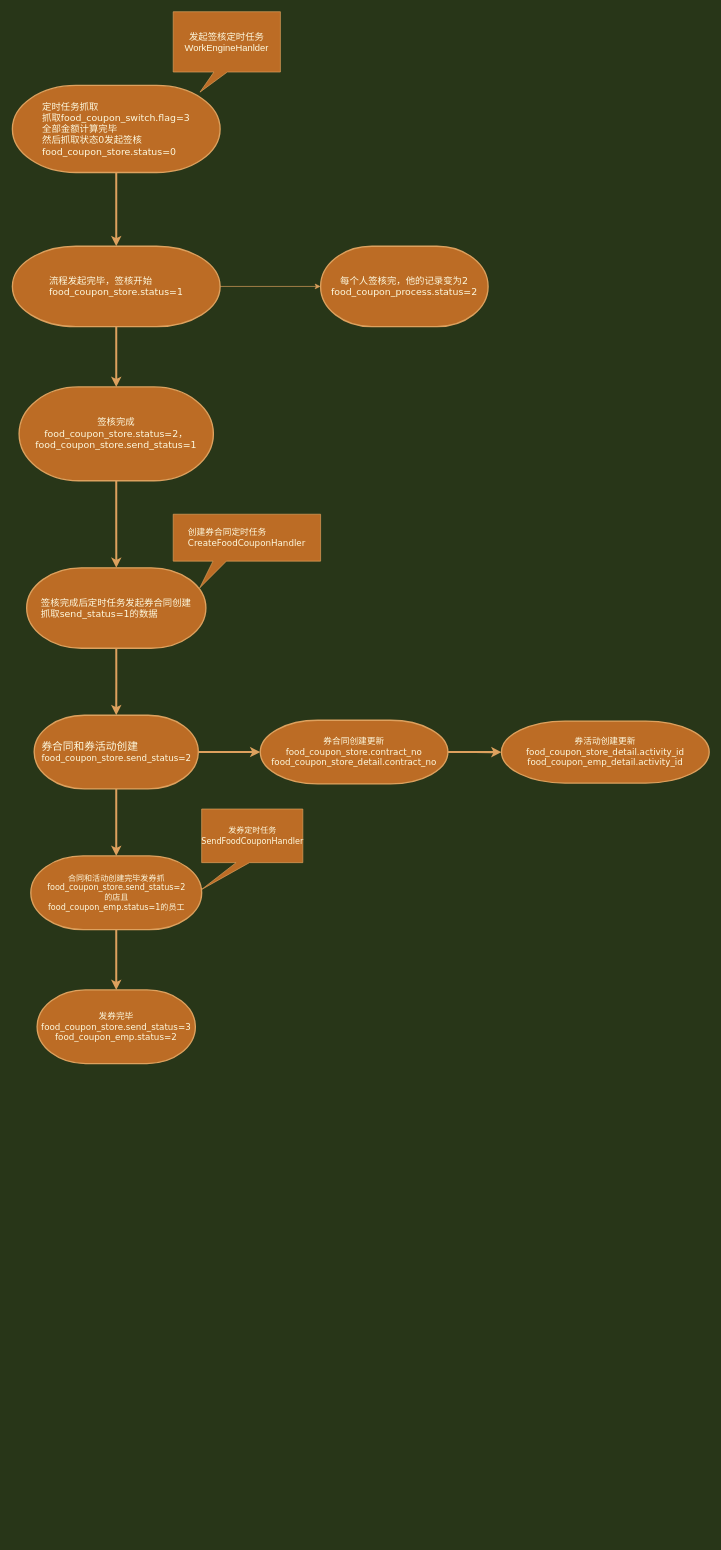
hyhynx/draw.io keeps this draw.io diagram as 熟食券流程图.drawio. Above is the earlier version. Source tidied: cells renumbered, new cells numbered last; positions are measured from the earlier drawing's top-left corner, leaving out a move shared by most shapes. Both pictures are drawn from the tidied source at 67%, with x=0, y=0 at pixel (12, 11).
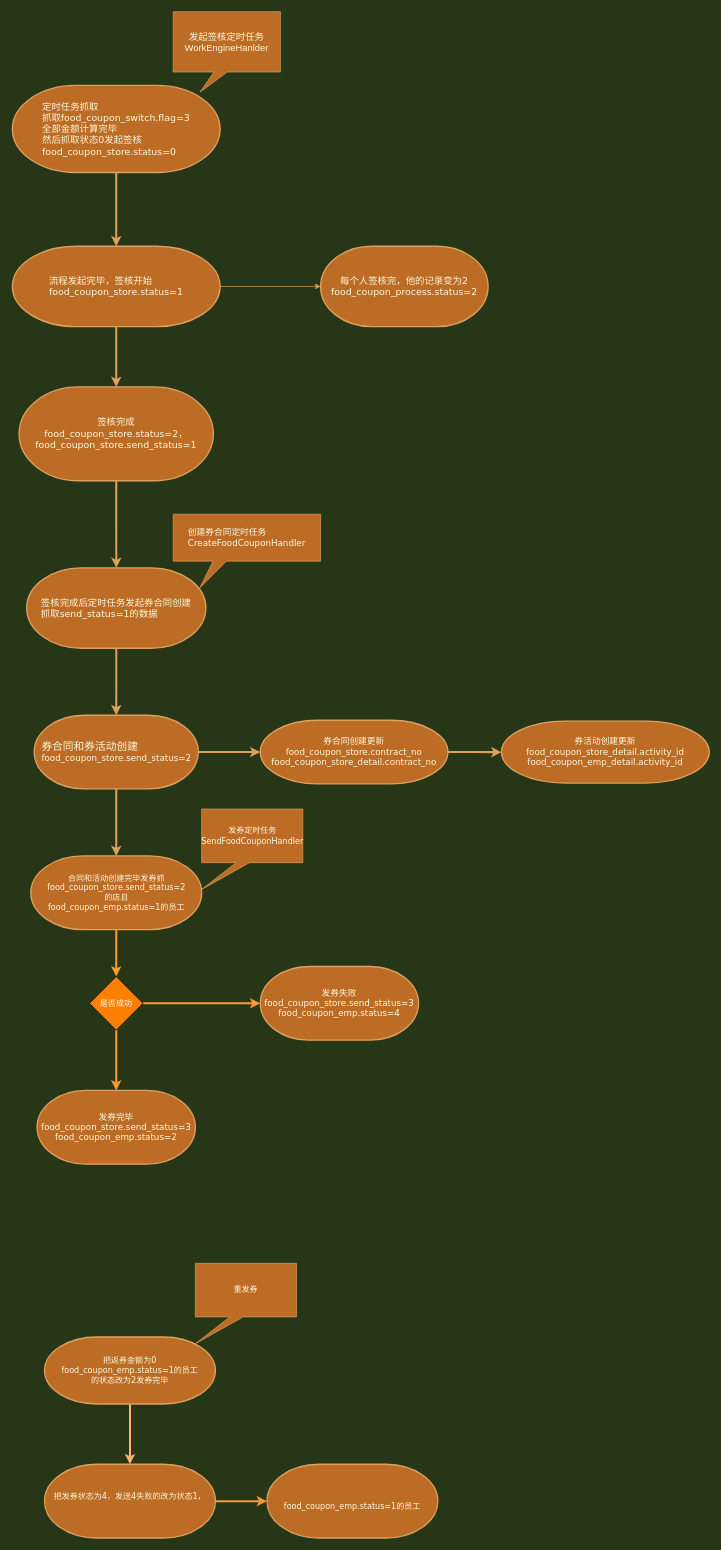
The same diagram, later.

Commit message:
更新熟食券流程图.drawio

Unchanged cells that the change refers to:
```xml
<mxCell id="18" value="&lt;div style=&quot;font-size: 12px;&quot; class=&quot;mind-clipboard&quot;&gt;合同和活动创建完毕发券抓food_coupon_store.send_status=2&lt;/div&gt;&lt;div style=&quot;font-size: 12px;&quot; class=&quot;mind-clipboard&quot;&gt;的店且&lt;/div&gt;&lt;div style=&quot;font-size: 12px;&quot; class=&quot;mind-clipboard&quot;&gt;&lt;span style=&quot;font-size: inherit;&quot;&gt;food_coupon_emp.status=1的员工&lt;/span&gt;&lt;/div&gt;" style="strokeWidth=2;html=1;shape=mxgraph.flowchart.terminator;whiteSpace=wrap;fontFamily=Verdana;fontSize=13;align=center;fillColor=#BC6C25;strokeColor=#DDA15E;fontColor=#FEFAE0;" parent="1" vertex="1">
  <mxGeometry x="27.5" y="1260" width="255" height="110" as="geometry" />
</mxCell>
```

Diff of the diagram source:
```diff
@@
-    <mxCell id="17" style="edgeStyle=orthogonalEdgeStyle;rounded=0;jettySize=auto;html=1;exitX=0.5;exitY=1;exitDx=0;exitDy=0;exitPerimeter=0;fontFamily=Verdana;fontSize=13;strokeColor=#DDA15E;fontColor=#FEFAE0;strokeWidth=3;labelBackgroundColor=#283618;" parent="1" edge="1" source="18" target="19">
-      <mxGeometry relative="1" as="geometry" />
-    </mxCell>
+    <mxCell id="24" style="edgeStyle=orthogonalEdgeStyle;rounded=0;jettySize=auto;html=1;exitX=0.5;exitY=1;exitDx=0;exitDy=0;exitPerimeter=0;fontColor=#FFFFFF;strokeColor=#FF9933;strokeWidth=3;" parent="1" edge="1" source="18" target="34">
+      <mxGeometry relative="1" as="geometry" />
+    </mxCell>
@@
     <mxCell id="19" value="&lt;div style=&quot;&quot; class=&quot;mind-clipboard&quot;&gt;&lt;div style=&quot;&quot;&gt;&lt;span style=&quot;background-color: initial;&quot;&gt;发券完毕&lt;/span&gt;&lt;/div&gt;&lt;div style=&quot;&quot;&gt;food_coupon_store.send_status=3&lt;/div&gt;&lt;div style=&quot;&quot;&gt;food_coupon_emp.status=2&lt;/div&gt;&lt;div style=&quot;font-size: medium; text-align: start;&quot;&gt;&lt;/div&gt;&lt;/div&gt;" style="strokeWidth=2;html=1;shape=mxgraph.flowchart.terminator;whiteSpace=wrap;fontFamily=Verdana;fontSize=13;fillColor=#BC6C25;strokeColor=#DDA15E;fontColor=#FEFAE0;" parent="1" vertex="1">
-      <mxGeometry x="36.9" y="1460" width="236.2" height="110" as="geometry" />
+      <mxGeometry x="36.9" y="1610" width="236.2" height="110" as="geometry" />
     </mxCell>
@@
+    <mxCell id="25" style="edgeStyle=orthogonalEdgeStyle;rounded=0;jettySize=auto;html=1;strokeColor=#FFB366;strokeWidth=3;" parent="1" edge="1" source="26" target="29">
+      <mxGeometry relative="1" as="geometry" />
+    </mxCell>
+    <mxCell id="26" value="&lt;div style=&quot;font-size: 12px;&quot; class=&quot;mind-clipboard&quot;&gt;把返券金额为0&lt;/div&gt;&lt;div style=&quot;font-size: 12px;&quot; class=&quot;mind-clipboard&quot;&gt;&lt;span style=&quot;font-size: inherit;&quot;&gt;food_coupon_emp.status=1的员工&lt;br&gt;的状态改为2发券完毕&lt;/span&gt;&lt;/div&gt;" style="strokeWidth=2;html=1;shape=mxgraph.flowchart.terminator;whiteSpace=wrap;fontFamily=Verdana;fontSize=13;align=center;fillColor=#BC6C25;strokeColor=#DDA15E;fontColor=#FEFAE0;" parent="1" vertex="1">
+      <mxGeometry x="48" y="1978" width="255" height="100" as="geometry" />
+    </mxCell>
+    <mxCell id="27" value="&lt;div style=&quot;font-size: 12px;&quot; class=&quot;mind-clipboard&quot;&gt;&lt;div style=&quot;&quot;&gt;&lt;span style=&quot;background-color: initial;&quot;&gt;重发券&lt;/span&gt;&lt;br&gt;&lt;/div&gt;&lt;/div&gt;" style="shape=callout;whiteSpace=wrap;html=1;perimeter=calloutPerimeter;fontFamily=Verdana;fontSize=13;size=40;position=0.34;position2=0;fillColor=#BC6C25;strokeColor=#DDA15E;fontColor=#FEFAE0;" parent="1" vertex="1">
+      <mxGeometry x="273.1" y="1868" width="151" height="120" as="geometry" />
+    </mxCell>
+    <mxCell id="28" style="edgeStyle=orthogonalEdgeStyle;rounded=0;jettySize=auto;html=1;strokeWidth=3;strokeColor=#FF9933;" parent="1" edge="1" source="29" target="30">
+      <mxGeometry relative="1" as="geometry" />
+    </mxCell>
+    <mxCell id="29" value="&lt;div style=&quot;font-size: 12px;&quot; class=&quot;mind-clipboard&quot;&gt;把发券状态为4，发送4失败的改为状态1，&lt;/div&gt;&lt;div style=&quot;font-size: 12px;&quot; class=&quot;mind-clipboard&quot;&gt;&lt;br&gt;&lt;/div&gt;" style="strokeWidth=2;html=1;shape=mxgraph.flowchart.terminator;whiteSpace=wrap;fontFamily=Verdana;fontSize=13;align=center;fillColor=#BC6C25;strokeColor=#DDA15E;fontColor=#FEFAE0;" parent="1" vertex="1">
+      <mxGeometry x="48" y="2168" width="255" height="110" as="geometry" />
+    </mxCell>
+    <mxCell id="30" value="&lt;div style=&quot;font-size: 12px;&quot; class=&quot;mind-clipboard&quot;&gt;&lt;br&gt;&lt;/div&gt;&lt;div style=&quot;font-size: 12px;&quot; class=&quot;mind-clipboard&quot;&gt;&lt;span style=&quot;font-size: inherit;&quot;&gt;food_coupon_emp.status=1的员工&lt;/span&gt;&lt;/div&gt;" style="strokeWidth=2;html=1;shape=mxgraph.flowchart.terminator;whiteSpace=wrap;fontFamily=Verdana;fontSize=13;align=center;fillColor=#BC6C25;strokeColor=#DDA15E;fontColor=#FEFAE0;" parent="1" vertex="1">
+      <mxGeometry x="380" y="2168" width="255" height="110" as="geometry" />
+    </mxCell>
+    <mxCell id="31" value="&lt;div style=&quot;&quot; class=&quot;mind-clipboard&quot;&gt;&lt;div style=&quot;&quot;&gt;&lt;span style=&quot;background-color: initial;&quot;&gt;发券失败&lt;/span&gt;&lt;/div&gt;&lt;div style=&quot;&quot;&gt;food_coupon_store.send_status=3&lt;/div&gt;&lt;div style=&quot;&quot;&gt;food_coupon_emp.status=4&lt;/div&gt;&lt;div style=&quot;font-size: medium; text-align: start;&quot;&gt;&lt;/div&gt;&lt;/div&gt;" style="strokeWidth=2;html=1;shape=mxgraph.flowchart.terminator;whiteSpace=wrap;fontFamily=Verdana;fontSize=13;fillColor=#BC6C25;strokeColor=#DDA15E;fontColor=#FEFAE0;" parent="1" vertex="1">
+      <mxGeometry x="370" y="1425" width="236.2" height="110" as="geometry" />
+    </mxCell>
+    <mxCell id="32" style="edgeStyle=orthogonalEdgeStyle;rounded=0;jettySize=auto;html=1;exitX=0.5;exitY=1;exitDx=0;exitDy=0;fontColor=#FFFFFF;strokeColor=#FF9933;strokeWidth=3;" parent="1" edge="1" source="34" target="19">
+      <mxGeometry relative="1" as="geometry" />
+    </mxCell>
+    <mxCell id="33" style="edgeStyle=orthogonalEdgeStyle;rounded=0;jettySize=auto;html=1;exitX=1;exitY=0.5;exitDx=0;exitDy=0;entryX=0;entryY=0.5;entryDx=0;entryDy=0;entryPerimeter=0;fontColor=#FFFFFF;strokeColor=#FF9933;strokeWidth=3;" parent="1" edge="1" source="34" target="31">
+      <mxGeometry relative="1" as="geometry" />
+    </mxCell>
+    <mxCell id="34" value="是否成功" style="rhombus;whiteSpace=wrap;html=1;fontColor=#FFFFFF;fillColor=#FF8000;" parent="1" vertex="1">
+      <mxGeometry x="115" y="1440" width="80" height="80" as="geometry" />
+    </mxCell>
```
